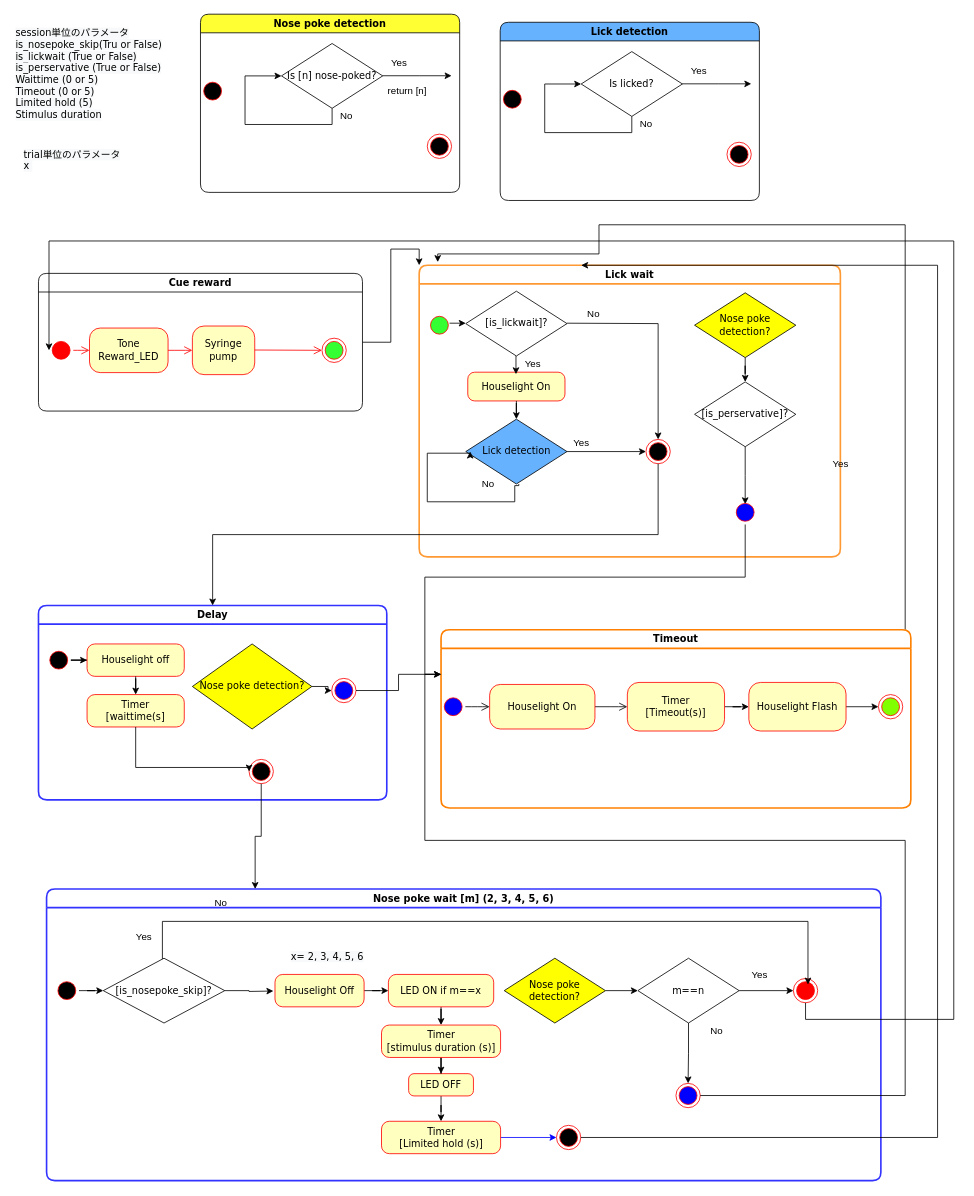
Before: docs/3CSRTT.drawio in ut-klab-ygroup/Operantbox_development, a draw.io diagram. Source tidied: cells renumbered, new cells numbered last; positions are measured from the earlier drawing's top-left corner, leaving out a move shared by most shapes. Both pictures are drawn from the tidied source at 81%, with x=0, y=0 at pixel (14, 14).
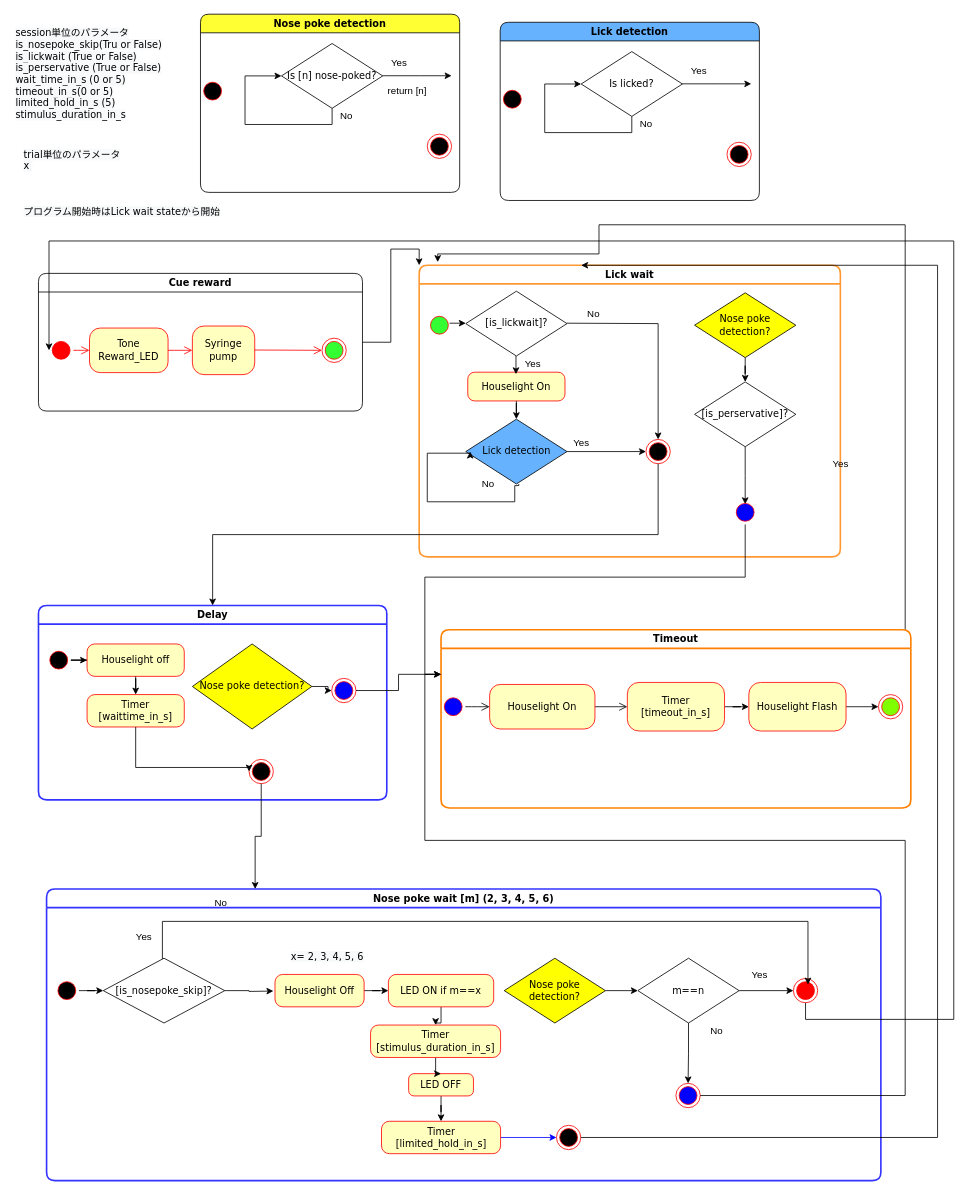
Above is the later version.

Unchanged cells that the change refers to:
```xml
<mxCell id="2" value="Nose poke wait [m] (2, 3, 4, 5, 6)" style="swimlane;whiteSpace=wrap;html=1;rounded=1;shadow=0;comic=0;labelBackgroundColor=none;strokeWidth=2;fontFamily=Verdana;fontSize=12;align=center;startSize=23;strokeColor=#3333FF;" parent="1" vertex="1">
  <mxGeometry x="40" y="1080" width="1030" height="360" as="geometry" />
</mxCell>
<mxCell id="41" value="Delay" style="swimlane;whiteSpace=wrap;html=1;rounded=1;shadow=0;comic=0;labelBackgroundColor=none;strokeWidth=2;fontFamily=Verdana;fontSize=12;align=center;startSize=23;strokeColor=#3333FF;" parent="1" vertex="1">
  <mxGeometry x="30" y="730" width="430" height="240" as="geometry" />
</mxCell>
<mxCell id="101" value="Timeout" style="swimlane;whiteSpace=wrap;html=1;rounded=1;shadow=0;comic=0;labelBackgroundColor=none;strokeWidth=2;fontFamily=Verdana;fontSize=12;align=center;startSize=23;strokeColor=#FF8000;" parent="1" vertex="1">
  <mxGeometry x="527" y="760" width="580" height="220" as="geometry" />
</mxCell>
```

What changed in the source:
```diff
@@
-    <mxCell id="13" value="Timer &lt;br&gt;[stimulus duration (s)]" style="rounded=1;whiteSpace=wrap;html=1;arcSize=24;fillColor=#ffffc0;strokeColor=#ff0000;shadow=0;comic=0;labelBackgroundColor=none;fontFamily=Verdana;fontSize=12;fontColor=#000000;align=center;" parent="2" vertex="1">
-      <mxGeometry x="413.5" y="168" width="147" height="40" as="geometry" />
+    <mxCell id="13" value="Timer &lt;br&gt;[stimulus_duration_in_s]" style="rounded=1;whiteSpace=wrap;html=1;arcSize=24;fillColor=#ffffc0;strokeColor=#ff0000;shadow=0;comic=0;labelBackgroundColor=none;fontFamily=Verdana;fontSize=12;fontColor=#000000;align=center;" parent="2" vertex="1">
+      <mxGeometry x="400" y="168" width="160.5" height="40" as="geometry" />
     </mxCell>
@@
-    <mxCell id="18" value="Timer &lt;br&gt;[Limited hold (s)]" style="rounded=1;whiteSpace=wrap;html=1;arcSize=24;fillColor=#ffffc0;strokeColor=#ff0000;shadow=0;comic=0;labelBackgroundColor=none;fontFamily=Verdana;fontSize=12;fontColor=#000000;align=center;" parent="2" vertex="1">
+    <mxCell id="18" value="Timer &lt;br&gt;[limited_hold_in_s]" style="rounded=1;whiteSpace=wrap;html=1;arcSize=24;fillColor=#ffffc0;strokeColor=#ff0000;shadow=0;comic=0;labelBackgroundColor=none;fontFamily=Verdana;fontSize=12;fontColor=#000000;align=center;" parent="2" vertex="1">
       <mxGeometry x="413.5" y="286.8" width="147" height="40" as="geometry" />
     </mxCell>
@@
-    <mxCell id="46" value="Timer &lt;br&gt;[waittime(s]" style="rounded=1;whiteSpace=wrap;html=1;arcSize=24;fillColor=#ffffc0;strokeColor=#ff0000;shadow=0;comic=0;labelBackgroundColor=none;fontFamily=Verdana;fontSize=12;fontColor=#000000;align=center;" parent="41" vertex="1">
+    <mxCell id="46" value="Timer &lt;br&gt;[waittime_in_s]" style="rounded=1;whiteSpace=wrap;html=1;arcSize=24;fillColor=#ffffc0;strokeColor=#ff0000;shadow=0;comic=0;labelBackgroundColor=none;fontFamily=Verdana;fontSize=12;fontColor=#000000;align=center;" parent="41" vertex="1">
       <mxGeometry x="60" y="110" width="120" height="40" as="geometry" />
     </mxCell>
@@
-    <mxCell id="52" value="&lt;span style=&quot;color: rgb(0 , 0 , 0) ; font-family: &amp;#34;verdana&amp;#34; ; font-size: 12px ; font-style: normal ; font-weight: 400 ; letter-spacing: normal ; text-align: center ; text-indent: 0px ; text-transform: none ; word-spacing: 0px ; background-color: rgb(248 , 249 , 250) ; display: inline ; float: none&quot;&gt;session単位のパラメータ&lt;br&gt;is_nosepoke_skip(Tru or False)&lt;br&gt;is_lickwait (True or False)&lt;br&gt;is_perservative (True or False)&lt;br&gt;Waittime (0 or 5)&lt;br&gt;Timeout (0 or 5)&lt;br&gt;Limited hold (5)&lt;br&gt;Stimulus duration&lt;br&gt;&lt;/span&gt;" style="text;whiteSpace=wrap;html=1;" parent="1" vertex="1">
-      <mxGeometry y="10" width="310" height="130" as="geometry" />
+    <mxCell id="52" value="&lt;span style=&quot;color: rgb(0 , 0 , 0) ; font-family: &amp;#34;verdana&amp;#34; ; font-size: 12px ; font-style: normal ; font-weight: 400 ; letter-spacing: normal ; text-align: center ; text-indent: 0px ; text-transform: none ; word-spacing: 0px ; background-color: rgb(248 , 249 , 250) ; display: inline ; float: none&quot;&gt;session単位のパラメータ&lt;br&gt;is_nosepoke_skip(Tru or False)&lt;br&gt;is_lickwait (True or False)&lt;br&gt;is_perservative (True or False)&lt;br&gt;wait_time_in_s (0 or 5)&lt;br&gt;timeout_in_s(0 or 5)&lt;br&gt;limited_hold_in_s (5)&lt;br&gt;stimulus_duration_in_s&lt;br&gt;&lt;/span&gt;" style="text;whiteSpace=wrap;html=1;" parent="1" vertex="1">
+      <mxGeometry y="10" width="220" height="130" as="geometry" />
     </mxCell>
@@
-    <mxCell id="108" value="Timer&lt;br&gt;[Timeout(s)]" style="rounded=1;whiteSpace=wrap;html=1;arcSize=24;fillColor=#ffffc0;strokeColor=#ff0000;shadow=0;comic=0;labelBackgroundColor=none;fontFamily=Verdana;fontSize=12;fontColor=#000000;align=center;" parent="101" vertex="1">
+    <mxCell id="108" value="Timer&lt;br&gt;[timeout_in_s]" style="rounded=1;whiteSpace=wrap;html=1;arcSize=24;fillColor=#ffffc0;strokeColor=#ff0000;shadow=0;comic=0;labelBackgroundColor=none;fontFamily=Verdana;fontSize=12;fontColor=#000000;align=center;" parent="101" vertex="1">
       <mxGeometry x="230" y="65" width="120" height="60" as="geometry" />
     </mxCell>
@@
+    <mxCell id="112" value="&lt;span style=&quot;color: rgb(0 , 0 , 0) ; font-family: &amp;#34;verdana&amp;#34; ; font-size: 12px ; font-style: normal ; font-weight: 400 ; letter-spacing: normal ; text-align: center ; text-indent: 0px ; text-transform: none ; word-spacing: 0px ; background-color: rgb(248 , 249 , 250) ; display: inline ; float: none&quot;&gt;プログラム開始時はLick wait stateから開始&lt;br&gt;&lt;/span&gt;" style="text;whiteSpace=wrap;html=1;" parent="1" vertex="1">
+      <mxGeometry x="10" y="230" width="260" height="30" as="geometry" />
+    </mxCell>
```
